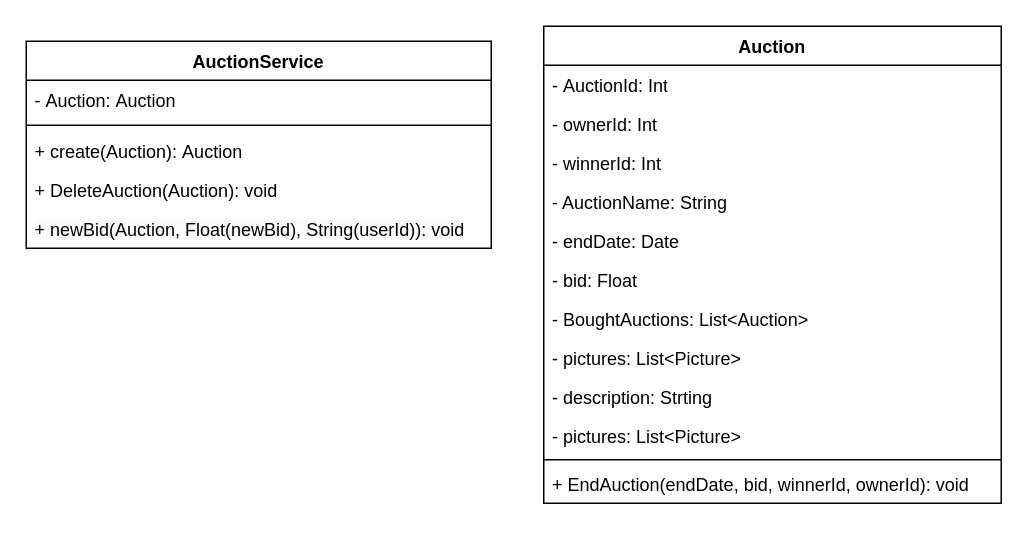
Earlier version of the draw.io diagram doc/use-cases/class-diagrams/auction-service.drawio (lucariebel/online-shop). Source tidied: cells renumbered, new cells numbered last; positions are measured from the earlier drawing's top-left corner, leaving out a move shared by most shapes. Both pictures are drawn from the tidied source at 150%, with x=0, y=0 at pixel (26, 26).
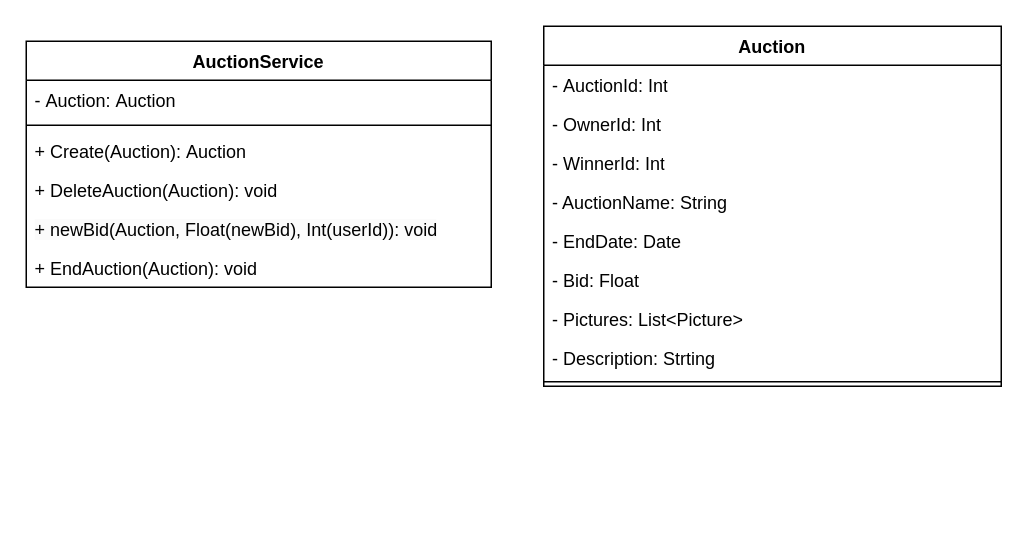
The same diagram, later.

Commit message:
WSP-19: Klassendiagramm auction-service überarbeitet

The edit, as a diff of the source:
```diff
@@
     <mxCell id="2" value="Auction" style="swimlane;fontStyle=1;align=center;verticalAlign=top;horizontal=1;startSize=26;whiteSpace=wrap;html=1;" parent="1" vertex="1">
-      <mxGeometry x="345" width="305" height="318" as="geometry" />
+      <mxGeometry x="345" width="305" height="240" as="geometry" />
     </mxCell>
@@
-    <mxCell id="4" value="&lt;div style=&quot;text-align: center;&quot;&gt;&lt;span style=&quot;background-color: initial;&quot;&gt;- ownerId&lt;/span&gt;&lt;span style=&quot;background-color: initial;&quot;&gt;: Int&lt;/span&gt;&lt;/div&gt;" style="text;strokeColor=none;fillColor=none;align=left;verticalAlign=top;spacingLeft=4;spacingRight=4;overflow=hidden;whiteSpace=wrap;html=1;" parent="2" vertex="1">
+    <mxCell id="4" value="&lt;div style=&quot;text-align: center;&quot;&gt;&lt;span style=&quot;background-color: initial;&quot;&gt;- OwnerId&lt;/span&gt;&lt;span style=&quot;background-color: initial;&quot;&gt;: Int&lt;/span&gt;&lt;/div&gt;" style="text;strokeColor=none;fillColor=none;align=left;verticalAlign=top;spacingLeft=4;spacingRight=4;overflow=hidden;whiteSpace=wrap;html=1;" parent="2" vertex="1">
       <mxGeometry y="52" width="305" height="26" as="geometry" />
     </mxCell>
-    <mxCell id="5" value="&lt;div style=&quot;text-align: center;&quot;&gt;&lt;span style=&quot;background-color: initial;&quot;&gt;- winnerId&lt;/span&gt;&lt;span style=&quot;background-color: initial;&quot;&gt;: Int&lt;/span&gt;&lt;/div&gt;" style="text;strokeColor=none;fillColor=none;align=left;verticalAlign=top;spacingLeft=4;spacingRight=4;overflow=hidden;whiteSpace=wrap;html=1;" parent="2" vertex="1">
+    <mxCell id="5" value="&lt;div style=&quot;text-align: center;&quot;&gt;&lt;span style=&quot;background-color: initial;&quot;&gt;- WinnerId&lt;/span&gt;&lt;span style=&quot;background-color: initial;&quot;&gt;: Int&lt;/span&gt;&lt;/div&gt;" style="text;strokeColor=none;fillColor=none;align=left;verticalAlign=top;spacingLeft=4;spacingRight=4;overflow=hidden;whiteSpace=wrap;html=1;" parent="2" vertex="1">
       <mxGeometry y="78" width="305" height="26" as="geometry" />
     </mxCell>
@@
-    <mxCell id="7" value="- endDate: Date" style="text;strokeColor=none;fillColor=none;align=left;verticalAlign=top;spacingLeft=4;spacingRight=4;overflow=hidden;whiteSpace=wrap;html=1;" parent="2" vertex="1">
+    <mxCell id="7" value="- EndDate: Date" style="text;strokeColor=none;fillColor=none;align=left;verticalAlign=top;spacingLeft=4;spacingRight=4;overflow=hidden;whiteSpace=wrap;html=1;" parent="2" vertex="1">
       <mxGeometry y="130" width="305" height="26" as="geometry" />
     </mxCell>
-    <mxCell id="8" value="- bid: Float" style="text;strokeColor=none;fillColor=none;align=left;verticalAlign=top;spacingLeft=4;spacingRight=4;overflow=hidden;whiteSpace=wrap;html=1;" parent="2" vertex="1">
+    <mxCell id="8" value="- Bid: Float" style="text;strokeColor=none;fillColor=none;align=left;verticalAlign=top;spacingLeft=4;spacingRight=4;overflow=hidden;whiteSpace=wrap;html=1;" parent="2" vertex="1">
       <mxGeometry y="156" width="305" height="26" as="geometry" />
     </mxCell>
-    <mxCell id="9" value="- BoughtAuctions: List&amp;lt;Auction&amp;gt;" style="text;strokeColor=none;fillColor=none;align=left;verticalAlign=top;spacingLeft=4;spacingRight=4;overflow=hidden;whiteSpace=wrap;html=1;" parent="2" vertex="1">
-      <mxGeometry y="182" width="305" height="26" as="geometry" />
-    </mxCell>
-    <mxCell id="10" value="- pictures: List&amp;lt;Picture&amp;gt;" style="text;strokeColor=none;fillColor=none;align=left;verticalAlign=top;spacingLeft=4;spacingRight=4;overflow=hidden;whiteSpace=wrap;html=1;" parent="2" vertex="1">
-      <mxGeometry y="208" width="305" height="26" as="geometry" />
+    <mxCell id="10" value="- Pictures: List&amp;lt;Picture&amp;gt;" style="text;strokeColor=none;fillColor=none;align=left;verticalAlign=top;spacingLeft=4;spacingRight=4;overflow=hidden;whiteSpace=wrap;html=1;" parent="2" vertex="1">
+      <mxGeometry y="182" width="305" height="26" as="geometry" />
     </mxCell>
-    <mxCell id="11" value="- description: Strting" style="text;strokeColor=none;fillColor=none;align=left;verticalAlign=top;spacingLeft=4;spacingRight=4;overflow=hidden;whiteSpace=wrap;html=1;" parent="2" vertex="1">
-      <mxGeometry y="234" width="305" height="26" as="geometry" />
+    <mxCell id="11" value="- Description: Strting" style="text;strokeColor=none;fillColor=none;align=left;verticalAlign=top;spacingLeft=4;spacingRight=4;overflow=hidden;whiteSpace=wrap;html=1;" parent="2" vertex="1">
+      <mxGeometry y="208" width="305" height="26" as="geometry" />
     </mxCell>
-    <mxCell id="12" value="- pictures: List&amp;lt;Picture&amp;gt;" style="text;strokeColor=none;fillColor=none;align=left;verticalAlign=top;spacingLeft=4;spacingRight=4;overflow=hidden;whiteSpace=wrap;html=1;" parent="2" vertex="1">
-      <mxGeometry y="260" width="305" height="26" as="geometry" />
-    </mxCell>
     <mxCell id="13" style="line;strokeWidth=1;fillColor=none;align=left;verticalAlign=middle;spacingTop=-1;spacingLeft=3;spacingRight=3;labelPosition=right;strokeColor=inherit;" parent="2" vertex="1">
-      <mxGeometry y="286" width="305" height="6" as="geometry" />
+      <mxGeometry y="234" width="305" height="6" as="geometry" />
     </mxCell>
-    <mxCell id="14" value="+ EndAuction(endDate, bid, winnerId, ownerId): void" style="text;strokeColor=none;fillColor=none;align=left;verticalAlign=top;spacingLeft=4;spacingRight=4;overflow=hidden;whiteSpace=wrap;html=1;" parent="2" vertex="1">
-      <mxGeometry y="292" width="305" height="26" as="geometry" />
-    </mxCell>
     <mxCell id="15" value="&lt;span style=&quot;white-space: nowrap;&quot;&gt;AuctionService&lt;/span&gt;" style="swimlane;fontStyle=1;align=center;verticalAlign=top;horizontal=1;startSize=26;whiteSpace=wrap;html=1;" parent="1" vertex="1">
-      <mxGeometry y="10" width="310" height="138" as="geometry" />
+      <mxGeometry y="10" width="310" height="164" as="geometry" />
     </mxCell>
@@
-    <mxCell id="18" value="&lt;span style=&quot;white-space: nowrap;&quot;&gt;+ create(&lt;/span&gt;&lt;span style=&quot;text-align: center;&quot;&gt;Auction&lt;/span&gt;&lt;span style=&quot;white-space: nowrap;&quot;&gt;):&amp;nbsp;&lt;/span&gt;&lt;span style=&quot;text-align: center;&quot;&gt;Auction&lt;/span&gt;" style="text;strokeColor=none;fillColor=none;align=left;verticalAlign=top;spacingLeft=4;spacingRight=4;overflow=hidden;whiteSpace=wrap;html=1;" parent="15" vertex="1">
+    <mxCell id="18" value="&lt;span style=&quot;white-space: nowrap;&quot;&gt;+ Create(&lt;/span&gt;&lt;span style=&quot;text-align: center;&quot;&gt;Auction&lt;/span&gt;&lt;span style=&quot;white-space: nowrap;&quot;&gt;):&amp;nbsp;&lt;/span&gt;&lt;span style=&quot;text-align: center;&quot;&gt;Auction&lt;/span&gt;" style="text;strokeColor=none;fillColor=none;align=left;verticalAlign=top;spacingLeft=4;spacingRight=4;overflow=hidden;whiteSpace=wrap;html=1;" parent="15" vertex="1">
       <mxGeometry y="60" width="310" height="26" as="geometry" />
     </mxCell>
@@
-    <mxCell id="20" value="&lt;span style=&quot;color: rgb(0, 0, 0); font-family: Helvetica; font-size: 12px; font-style: normal; font-variant-ligatures: normal; font-variant-caps: normal; font-weight: 400; letter-spacing: normal; orphans: 2; text-align: left; text-indent: 0px; text-transform: none; widows: 2; word-spacing: 0px; -webkit-text-stroke-width: 0px; white-space: normal; background-color: rgb(251, 251, 251); text-decoration-thickness: initial; text-decoration-style: initial; text-decoration-color: initial; display: inline !important; float: none;&quot;&gt;+ newBid(Auction, Float(newBid), String(userId)): void&lt;/span&gt;&lt;div&gt;&lt;br&gt;&lt;/div&gt;" style="text;strokeColor=none;fillColor=none;align=left;verticalAlign=top;spacingLeft=4;spacingRight=4;overflow=hidden;whiteSpace=wrap;html=1;" parent="15" vertex="1">
+    <mxCell id="20" value="&lt;span style=&quot;color: rgb(0, 0, 0); font-family: Helvetica; font-size: 12px; font-style: normal; font-variant-ligatures: normal; font-variant-caps: normal; font-weight: 400; letter-spacing: normal; orphans: 2; text-align: left; text-indent: 0px; text-transform: none; widows: 2; word-spacing: 0px; -webkit-text-stroke-width: 0px; white-space: normal; background-color: rgb(251, 251, 251); text-decoration-thickness: initial; text-decoration-style: initial; text-decoration-color: initial; display: inline !important; float: none;&quot;&gt;+ newBid(Auction, Float(newBid), Int(userId)): void&lt;/span&gt;&lt;div&gt;&lt;br&gt;&lt;/div&gt;" style="text;strokeColor=none;fillColor=none;align=left;verticalAlign=top;spacingLeft=4;spacingRight=4;overflow=hidden;whiteSpace=wrap;html=1;" parent="15" vertex="1">
       <mxGeometry y="112" width="310" height="26" as="geometry" />
     </mxCell>
+    <mxCell id="14" value="+ EndAuction(Auction): void" style="text;strokeColor=none;fillColor=none;align=left;verticalAlign=top;spacingLeft=4;spacingRight=4;overflow=hidden;whiteSpace=wrap;html=1;" parent="15" vertex="1">
+      <mxGeometry y="138" width="310" height="26" as="geometry" />
+    </mxCell>
```
